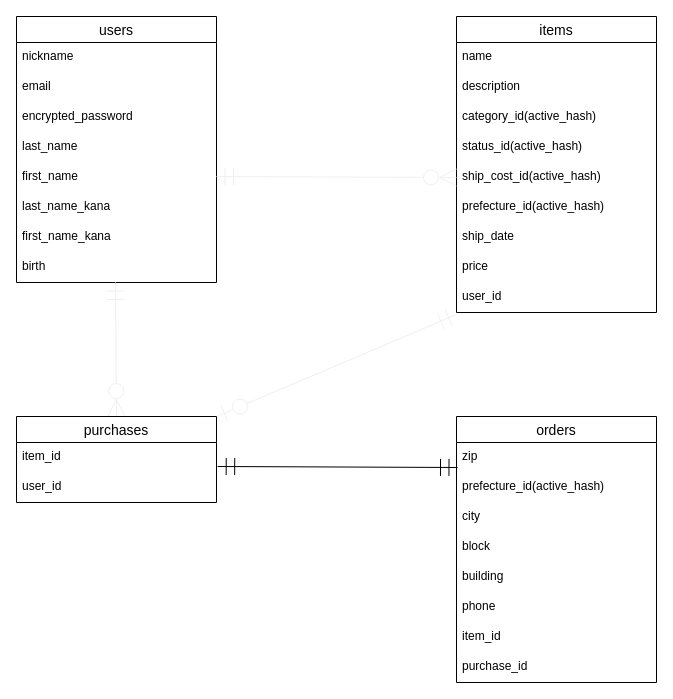
Earlier version of the draw.io diagram furima.dio (Tatsuya9156/furima-33498). Source tidied: cells renumbered, new cells numbered last; positions are measured from the earlier drawing's top-left corner, leaving out a move shared by most shapes. Both pictures are drawn from the tidied source at 100%, with x=0, y=0 at pixel (16, 16).
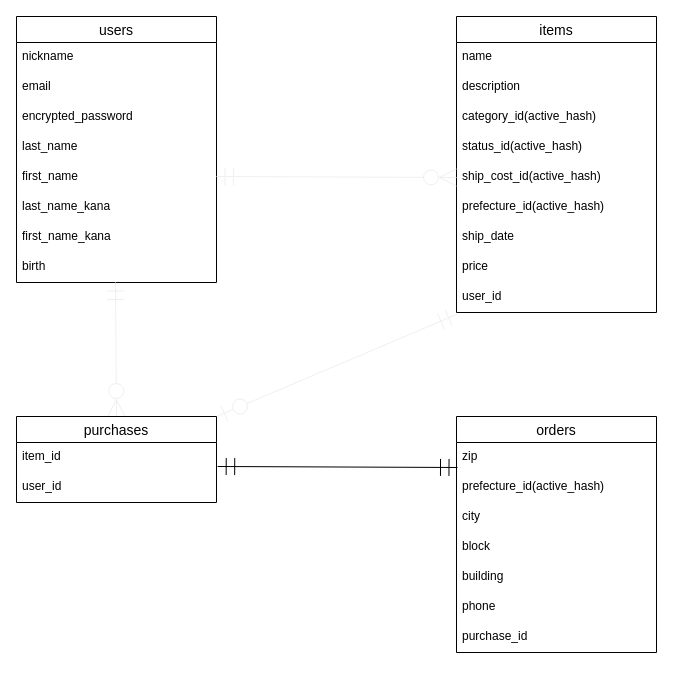
Above is the later version.

Commit message (it also covers changes not shown here):
ER図のordersテーブルからitemを削除、READMEの38行目の修正

The edit, as a diff of the source:
```diff
@@
     <mxCell id="21" value="orders" style="swimlane;fontStyle=0;horizontal=1;startSize=26;align=center;fontSize=14;" parent="1" vertex="1">
-      <mxGeometry x="440" y="400" width="200" height="266" as="geometry" />
+      <mxGeometry x="440" y="400" width="200" height="236" as="geometry" />
     </mxCell>
@@
-    <mxCell id="28" value="item_id" style="text;strokeColor=none;fillColor=none;spacingLeft=4;spacingRight=4;overflow=hidden;fontSize=12;" parent="21" vertex="1">
-      <mxGeometry y="206" width="200" height="30" as="geometry" />
-    </mxCell>
     <mxCell id="29" value="purchase_id" style="text;strokeColor=none;fillColor=none;spacingLeft=4;spacingRight=4;overflow=hidden;fontSize=12;" parent="21" vertex="1">
-      <mxGeometry y="236" width="200" height="30" as="geometry" />
+      <mxGeometry y="206" width="200" height="30" as="geometry" />
     </mxCell>
```
